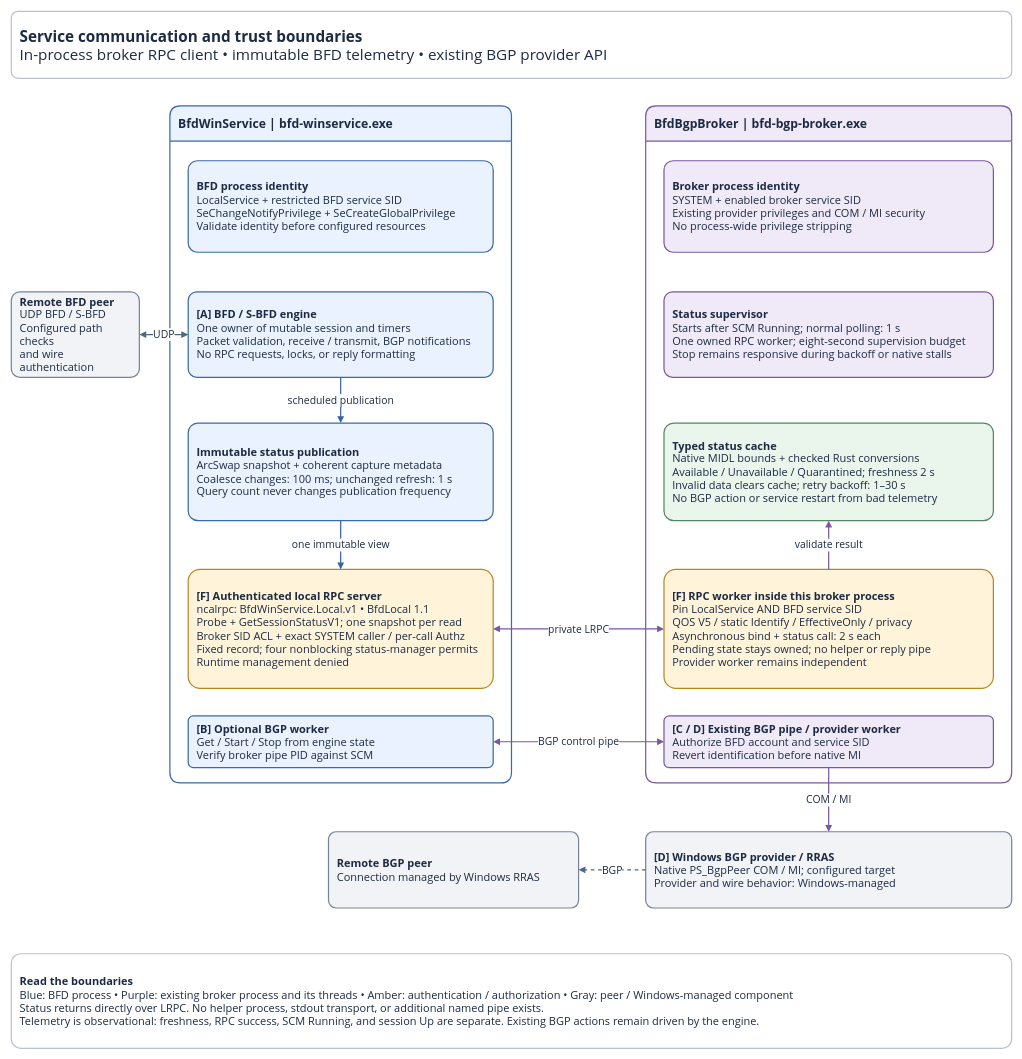
This is page "1 Runtime boundaries" (1 of 3) of docs/service-communication.drawio from miketheitguy/bfd-winservice, a draw.io file, before an edit. Source tidied: cells renumbered, new cells numbered last; positions are measured from the earlier drawing's top-left corner, leaving out a move shared by most shapes. Both pictures are drawn from the tidied source at 61%, with x=0, y=0 at pixel (11, 11).
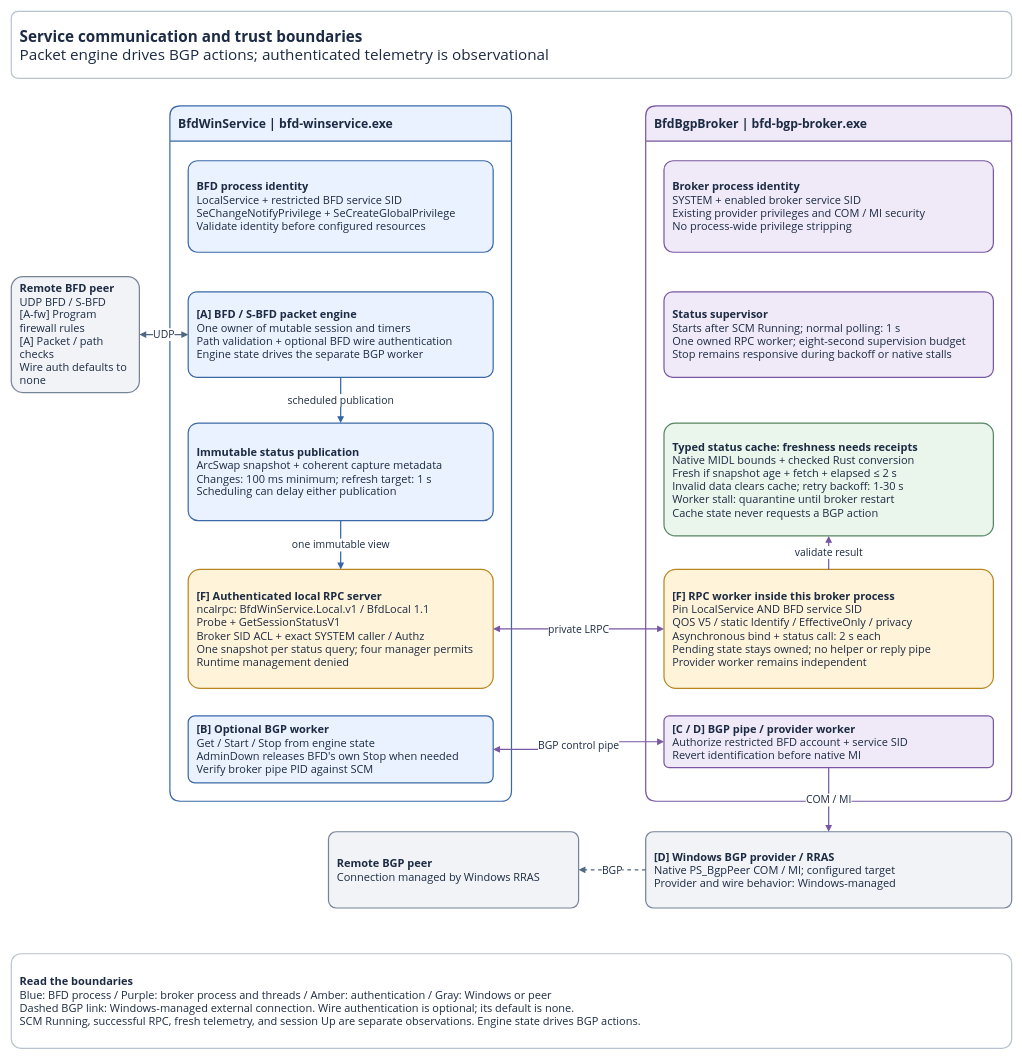
The same diagram, later.

Change to the diagram source:
```diff
@@
-    <mxCell id="2" value="&lt;b&gt;Service communication and trust boundaries&lt;/b&gt;&lt;br&gt;In-process broker RPC client • immutable BFD telemetry • existing BGP provider API" style="rounded=1;arcSize=10;whiteSpace=wrap;html=1;fillColor=#FFFFFF;strokeColor=#B8C2D0;strokeWidth=2;fontFamily=Segoe UI;fontSize=25;fontColor=#1C2B43;spacing=14;align=left;verticalAlign=middle;" parent="1" vertex="1">
+    <mxCell id="2" value="&lt;b&gt;Service communication and trust boundaries&lt;/b&gt;&lt;br&gt;Packet engine drives BGP actions; authenticated telemetry is observational" style="rounded=1;arcSize=10;whiteSpace=wrap;html=1;fillColor=#FFFFFF;strokeColor=#B8C2D0;strokeWidth=2;fontFamily=Segoe UI;fontSize=25;fontColor=#1C2B43;spacing=14;align=left;verticalAlign=middle;" parent="1" vertex="1">
       <mxGeometry width="1640" height="110" as="geometry" />
     </mxCell>
     <mxCell id="3" value="&lt;b&gt;BfdWinService | bfd-winservice.exe&lt;/b&gt;" style="rounded=1;arcSize=10;whiteSpace=wrap;html=1;fillColor=#EAF2FF;strokeColor=#3A69A6;strokeWidth=2;fontFamily=Segoe UI;fontSize=20;fontColor=#1C2B43;spacing=14;align=left;verticalAlign=middle;shape=swimlane;startSize=58;horizontal=1;swimlaneLine=1;" parent="1" vertex="1">
-      <mxGeometry x="260" y="155" width="560" height="1110" as="geometry" />
+      <mxGeometry x="260" y="155" width="560" height="1140" as="geometry" />
     </mxCell>
     <mxCell id="4" value="&lt;b&gt;BfdBgpBroker | bfd-bgp-broker.exe&lt;/b&gt;" style="rounded=1;arcSize=10;whiteSpace=wrap;html=1;fillColor=#F0EAF8;strokeColor=#7957A2;strokeWidth=2;fontFamily=Segoe UI;fontSize=20;fontColor=#1C2B43;spacing=14;align=left;verticalAlign=middle;shape=swimlane;startSize=58;horizontal=1;swimlaneLine=1;" parent="1" vertex="1">
-      <mxGeometry x="1040" y="155" width="600" height="1110" as="geometry" />
+      <mxGeometry x="1040" y="155" width="600" height="1140" as="geometry" />
     </mxCell>
@@
-    <mxCell id="6" value="&lt;b&gt;[A] BFD / S-BFD engine&lt;/b&gt;&lt;br&gt;One owner of mutable session and timers&lt;br&gt;Packet validation, receive / transmit, BGP notifications&lt;br&gt;No RPC requests, locks, or reply formatting" style="rounded=1;arcSize=10;whiteSpace=wrap;html=1;fillColor=#EAF2FF;strokeColor=#3A69A6;strokeWidth=2;fontFamily=Segoe UI;fontSize=18;fontColor=#1C2B43;spacing=14;align=left;verticalAlign=middle;" parent="3" vertex="1">
+    <mxCell id="6" value="&lt;b&gt;[A] BFD / S-BFD packet engine&lt;/b&gt;&lt;br&gt;One owner of mutable session and timers&lt;br&gt;Path validation + optional BFD wire authentication&lt;br&gt;Engine state drives the separate BGP worker" style="rounded=1;arcSize=10;whiteSpace=wrap;html=1;fillColor=#EAF2FF;strokeColor=#3A69A6;strokeWidth=2;fontFamily=Segoe UI;fontSize=18;fontColor=#1C2B43;spacing=14;align=left;verticalAlign=middle;" parent="3" vertex="1">
       <mxGeometry x="30" y="305" width="500" height="140" as="geometry" />
     </mxCell>
-    <mxCell id="7" value="&lt;b&gt;Immutable status publication&lt;/b&gt;&lt;br&gt;ArcSwap snapshot + coherent capture metadata&lt;br&gt;Coalesce changes: 100 ms; unchanged refresh: 1 s&lt;br&gt;Query count never changes publication frequency" style="rounded=1;arcSize=10;whiteSpace=wrap;html=1;fillColor=#EAF2FF;strokeColor=#3A69A6;strokeWidth=2;fontFamily=Segoe UI;fontSize=18;fontColor=#1C2B43;spacing=14;align=left;verticalAlign=middle;" parent="3" vertex="1">
+    <mxCell id="7" value="&lt;b&gt;Immutable status publication&lt;/b&gt;&lt;br&gt;ArcSwap snapshot + coherent capture metadata&lt;br&gt;Changes: 100 ms minimum; refresh target: 1 s&lt;br&gt;Scheduling can delay either publication" style="rounded=1;arcSize=10;whiteSpace=wrap;html=1;fillColor=#EAF2FF;strokeColor=#3A69A6;strokeWidth=2;fontFamily=Segoe UI;fontSize=18;fontColor=#1C2B43;spacing=14;align=left;verticalAlign=middle;" parent="3" vertex="1">
       <mxGeometry x="30" y="520" width="500" height="160" as="geometry" />
     </mxCell>
-    <mxCell id="8" value="&lt;b&gt;[F] Authenticated local RPC server&lt;/b&gt;&lt;br&gt;ncalrpc: BfdWinService.Local.v1 • BfdLocal 1.1&lt;br&gt;Probe + GetSessionStatusV1; one snapshot per read&lt;br&gt;Broker SID ACL + exact SYSTEM caller / per-call Authz&lt;br&gt;Fixed record; four nonblocking status-manager permits&lt;br&gt;Runtime management denied" style="rounded=1;arcSize=10;whiteSpace=wrap;html=1;fillColor=#FFF4D9;strokeColor=#B98521;strokeWidth=2;fontFamily=Segoe UI;fontSize=18;fontColor=#1C2B43;spacing=14;align=left;verticalAlign=middle;" parent="3" vertex="1">
+    <mxCell id="8" value="&lt;b&gt;[F] Authenticated local RPC server&lt;/b&gt;&lt;br&gt;ncalrpc: BfdWinService.Local.v1 / BfdLocal 1.1&lt;br&gt;Probe + GetSessionStatusV1&lt;br&gt;Broker SID ACL + exact SYSTEM caller / Authz&lt;br&gt;One snapshot per status query; four manager permits&lt;br&gt;Runtime management denied" style="rounded=1;arcSize=10;whiteSpace=wrap;html=1;fillColor=#FFF4D9;strokeColor=#B98521;strokeWidth=2;fontFamily=Segoe UI;fontSize=18;fontColor=#1C2B43;spacing=14;align=left;verticalAlign=middle;" parent="3" vertex="1">
       <mxGeometry x="30" y="760" width="500" height="195" as="geometry" />
     </mxCell>
-    <mxCell id="9" value="&lt;b&gt;[B] Optional BGP worker&lt;/b&gt;&lt;br&gt;Get / Start / Stop from engine state&lt;br&gt;Verify broker pipe PID against SCM" style="rounded=1;arcSize=10;whiteSpace=wrap;html=1;fillColor=#EAF2FF;strokeColor=#3A69A6;strokeWidth=2;fontFamily=Segoe UI;fontSize=18;fontColor=#1C2B43;spacing=14;align=left;verticalAlign=middle;" parent="3" vertex="1">
-      <mxGeometry x="30" y="1000" width="500" height="85" as="geometry" />
+    <mxCell id="9" value="&lt;b&gt;[B] Optional BGP worker&lt;/b&gt;&lt;br&gt;Get / Start / Stop from engine state&lt;br&gt;AdminDown releases BFD's own Stop when needed&lt;br&gt;Verify broker pipe PID against SCM" style="rounded=1;arcSize=10;whiteSpace=wrap;html=1;fillColor=#EAF2FF;strokeColor=#3A69A6;strokeWidth=2;fontFamily=Segoe UI;fontSize=18;fontColor=#1C2B43;spacing=14;align=left;verticalAlign=middle;" parent="3" vertex="1">
+      <mxGeometry x="30" y="1000" width="500" height="110" as="geometry" />
     </mxCell>
@@
-    <mxCell id="12" value="&lt;b&gt;Typed status cache&lt;/b&gt;&lt;br&gt;Native MIDL bounds + checked Rust conversions&lt;br&gt;Available / Unavailable / Quarantined; freshness 2 s&lt;br&gt;Invalid data clears cache; retry backoff: 1–30 s&lt;br&gt;No BGP action or service restart from bad telemetry" style="rounded=1;arcSize=10;whiteSpace=wrap;html=1;fillColor=#EAF5EC;strokeColor=#558563;strokeWidth=2;fontFamily=Segoe UI;fontSize=18;fontColor=#1C2B43;spacing=14;align=left;verticalAlign=middle;" parent="4" vertex="1">
-      <mxGeometry x="30" y="520" width="540" height="160" as="geometry" />
+    <mxCell id="12" value="&lt;b&gt;Typed status cache: freshness needs receipts&lt;/b&gt;&lt;br&gt;Native MIDL bounds + checked Rust conversion&lt;br&gt;Fresh if snapshot age + fetch + elapsed &amp;le; 2 s&lt;br&gt;Invalid data clears cache; retry backoff: 1-30 s&lt;br&gt;Worker stall: quarantine until broker restart&lt;br&gt;Cache state never requests a BGP action" style="rounded=1;arcSize=10;whiteSpace=wrap;html=1;fillColor=#EAF5EC;strokeColor=#558563;strokeWidth=2;fontFamily=Segoe UI;fontSize=18;fontColor=#1C2B43;spacing=14;align=left;verticalAlign=middle;" parent="4" vertex="1">
+      <mxGeometry x="30" y="520" width="540" height="185" as="geometry" />
     </mxCell>
@@
-    <mxCell id="14" value="&lt;b&gt;[C / D] Existing BGP pipe / provider worker&lt;/b&gt;&lt;br&gt;Authorize BFD account and service SID&lt;br&gt;Revert identification before native MI" style="rounded=1;arcSize=10;whiteSpace=wrap;html=1;fillColor=#F0EAF8;strokeColor=#7957A2;strokeWidth=2;fontFamily=Segoe UI;fontSize=18;fontColor=#1C2B43;spacing=14;align=left;verticalAlign=middle;" parent="4" vertex="1">
+    <mxCell id="14" value="&lt;b&gt;[C / D] BGP pipe / provider worker&lt;/b&gt;&lt;br&gt;Authorize restricted BFD account + service SID&lt;br&gt;Revert identification before native MI" style="rounded=1;arcSize=10;whiteSpace=wrap;html=1;fillColor=#F0EAF8;strokeColor=#7957A2;strokeWidth=2;fontFamily=Segoe UI;fontSize=18;fontColor=#1C2B43;spacing=14;align=left;verticalAlign=middle;" parent="4" vertex="1">
       <mxGeometry x="30" y="1000" width="540" height="85" as="geometry" />
     </mxCell>
-    <mxCell id="15" value="&lt;b&gt;Remote BFD peer&lt;/b&gt;&lt;br&gt;UDP BFD / S-BFD&lt;br&gt;Configured path checks&lt;br&gt;and wire authentication" style="rounded=1;arcSize=10;whiteSpace=wrap;html=1;fillColor=#F1F3F6;strokeColor=#778397;strokeWidth=2;fontFamily=Segoe UI;fontSize=18;fontColor=#1C2B43;spacing=14;align=left;verticalAlign=middle;" parent="1" vertex="1">
-      <mxGeometry y="460" width="210" height="140" as="geometry" />
+    <mxCell id="15" value="&lt;b&gt;Remote BFD peer&lt;/b&gt;&lt;br&gt;UDP BFD / S-BFD&lt;br&gt;[A-fw] Program firewall rules&lt;br&gt;[A] Packet / path checks&lt;br&gt;Wire auth defaults to none" style="rounded=1;arcSize=10;whiteSpace=wrap;html=1;fillColor=#F1F3F6;strokeColor=#778397;strokeWidth=2;fontFamily=Segoe UI;fontSize=18;fontColor=#1C2B43;spacing=14;align=left;verticalAlign=middle;" parent="1" vertex="1">
+      <mxGeometry y="435" width="210" height="190" as="geometry" />
     </mxCell>
@@
-    <mxCell id="26" value="&lt;b&gt;Read the boundaries&lt;/b&gt;&lt;br&gt;Blue: BFD process • Purple: existing broker process and its threads • Amber: authentication / authorization • Gray: peer / Windows-managed component&lt;br&gt;Status returns directly over LRPC. No helper process, stdout transport, or additional named pipe exists.&lt;br&gt;Telemetry is observational: freshness, RPC success, SCM Running, and session Up are separate. Existing BGP actions remain driven by the engine." style="rounded=1;arcSize=10;whiteSpace=wrap;html=1;fillColor=#FFFFFF;strokeColor=#B8C2D0;strokeWidth=2;fontFamily=Segoe UI;fontSize=18;fontColor=#1C2B43;spacing=14;align=left;verticalAlign=middle;" parent="1" vertex="1">
+    <mxCell id="26" value="&lt;b&gt;Read the boundaries&lt;/b&gt;&lt;br&gt;Blue: BFD process / Purple: broker process and threads / Amber: authentication / Gray: Windows or peer&lt;br&gt;Dashed BGP link: Windows-managed external connection. Wire authentication is optional; its default is none.&lt;br&gt;SCM Running, successful RPC, fresh telemetry, and session Up are separate observations. Engine state drives BGP actions." style="rounded=1;arcSize=10;whiteSpace=wrap;html=1;fillColor=#FFFFFF;strokeColor=#B8C2D0;strokeWidth=2;fontFamily=Segoe UI;fontSize=18;fontColor=#1C2B43;spacing=14;align=left;verticalAlign=middle;" parent="1" vertex="1">
       <mxGeometry y="1545" width="1640" height="155" as="geometry" />
     </mxCell>
```
